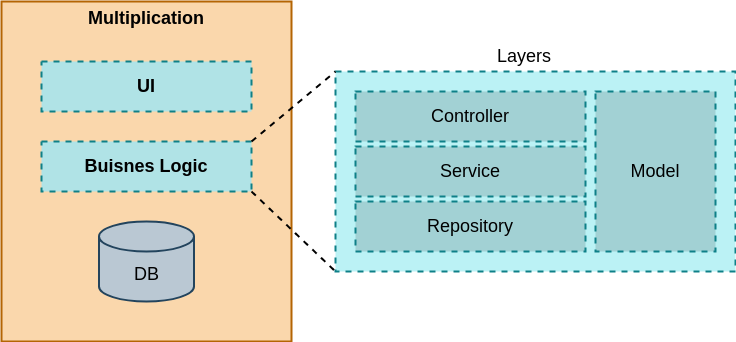
The draw.io diagram images/multiplication_shema.png in AlexBugrimov/multiplication-random, before a commit. Source tidied: cells renumbered, new cells last; positions are measured from the earlier drawing's top-left corner, leaving out a move shared by most shapes.
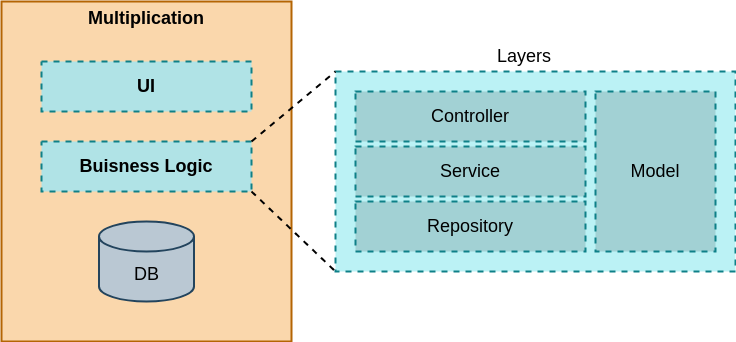
After the commit.

Change to the diagram source:
```diff
@@ -14,7 +14,7 @@
     <mxCell id="5" value="UI" style="rounded=0;whiteSpace=wrap;html=1;fontSize=18;verticalAlign=middle;fillColor=#b0e3e6;dashed=1;strokeColor=#0e8088;strokeWidth=2;fontStyle=1;" parent="4" vertex="1">
       <mxGeometry width="210" height="50" as="geometry" />
     </mxCell>
-    <mxCell id="6" value="Buisnes Logic" style="rounded=0;whiteSpace=wrap;html=1;fontSize=18;verticalAlign=middle;fillColor=#b0e3e6;dashed=1;strokeColor=#0e8088;strokeWidth=2;fontStyle=1;" parent="4" vertex="1">
+    <mxCell id="6" value="Buisness Logic" style="rounded=0;whiteSpace=wrap;html=1;fontSize=18;verticalAlign=middle;fillColor=#b0e3e6;dashed=1;strokeColor=#0e8088;strokeWidth=2;fontStyle=1;" parent="4" vertex="1">
       <mxGeometry y="80" width="210" height="50" as="geometry" />
     </mxCell>
     <mxCell id="7" value="DB" style="shape=cylinder3;whiteSpace=wrap;html=1;boundedLbl=1;backgroundOutline=1;size=15;fontSize=18;strokeColor=#23445d;strokeWidth=2;verticalAlign=middle;fillColor=#bac8d3;" parent="4" vertex="1">
```
